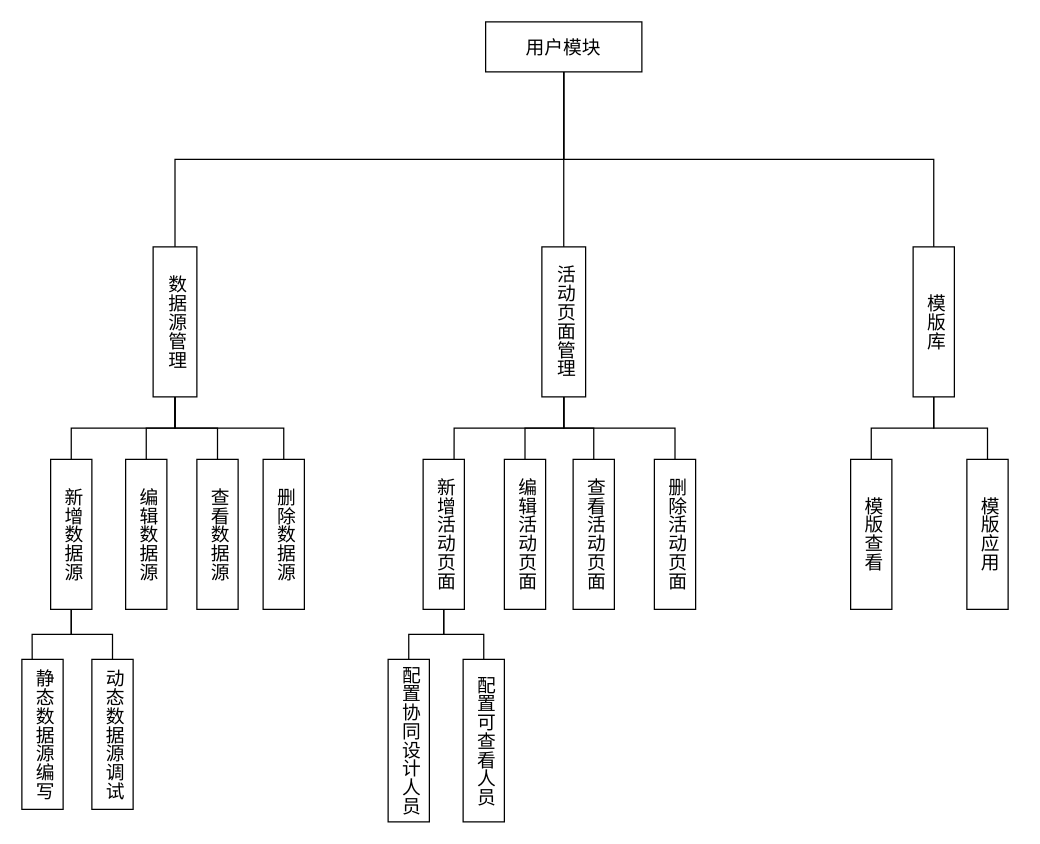
This is 第四章/用户模块结构图.drawio from yuxinyu12345/diagrams, a draw.io file, before an edit. Source tidied: cells renumbered, new cells numbered last; positions are measured from the earlier drawing's top-left corner, leaving out a move shared by most shapes. Both pictures are drawn from the tidied source at 125%, with x=0, y=0 at pixel (21, 21).
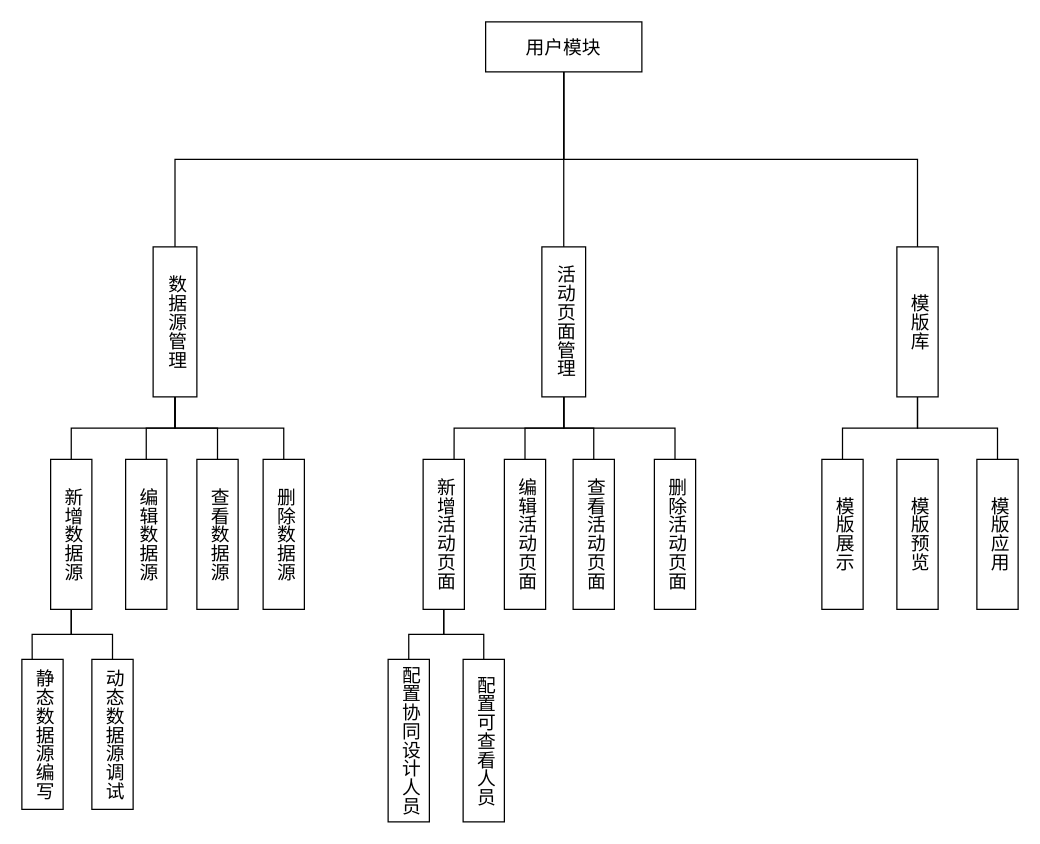
Above is the later version.

Commit message:
更新用户模块结构图.drawio

Diff of the diagram source:
```diff
@@
     <mxCell id="18" value="模版库" style="rounded=0;whiteSpace=wrap;html=1;verticalAlign=middle;align=center;labelPosition=center;verticalLabelPosition=middle;textDirection=vertical-rl;spacing=0;fontSize=15;" parent="1" vertex="1">
-      <mxGeometry x="713" y="180" width="33" height="120" as="geometry" />
+      <mxGeometry x="700" y="180" width="33" height="120" as="geometry" />
     </mxCell>
@@
-    <mxCell id="35" value="模版查看" style="rounded=0;whiteSpace=wrap;html=1;verticalAlign=middle;align=center;labelPosition=center;verticalLabelPosition=middle;textDirection=vertical-rl;spacing=0;fontSize=15;" parent="1" vertex="1">
-      <mxGeometry x="663" y="350" width="33" height="120" as="geometry" />
+    <mxCell id="35" value="模版展示" style="rounded=0;whiteSpace=wrap;html=1;verticalAlign=middle;align=center;labelPosition=center;verticalLabelPosition=middle;textDirection=vertical-rl;spacing=0;fontSize=15;" parent="1" vertex="1">
+      <mxGeometry x="640" y="350" width="33" height="120" as="geometry" />
     </mxCell>
     <mxCell id="36" value="模版应用" style="rounded=0;whiteSpace=wrap;html=1;verticalAlign=middle;align=center;labelPosition=center;verticalLabelPosition=middle;textDirection=vertical-rl;spacing=0;fontSize=15;" parent="1" vertex="1">
-      <mxGeometry x="756" y="350" width="33" height="120" as="geometry" />
+      <mxGeometry x="764" y="350" width="33" height="120" as="geometry" />
     </mxCell>
+    <mxCell id="37" value="模版预览" style="rounded=0;whiteSpace=wrap;html=1;verticalAlign=middle;align=center;labelPosition=center;verticalLabelPosition=middle;textDirection=vertical-rl;spacing=0;fontSize=15;" parent="1" vertex="1">
+      <mxGeometry x="700" y="350" width="33" height="120" as="geometry" />
+    </mxCell>
```
